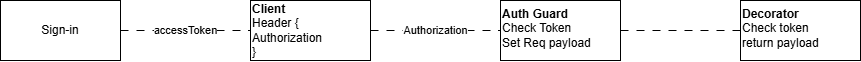
The draw.io diagram src/module/auth/auth-flow.drawio.png in dieglevel/initial-project-example, before a commit. Source tidied: cells renumbered, new cells last; positions are measured from the earlier drawing's top-left corner, leaving out a move shared by most shapes.
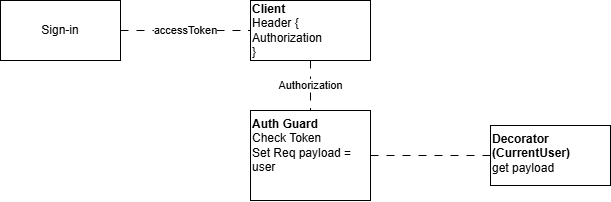
Above is the later version.

Change to the diagram source:
```diff
@@ -8,8 +8,8 @@
     <mxCell id="3" value="Sign-in" style="rounded=0;whiteSpace=wrap;html=1;" parent="1" vertex="1">
       <mxGeometry width="120" height="60" as="geometry" />
     </mxCell>
-    <mxCell id="4" value="&lt;b&gt;Decorator&lt;/b&gt;&lt;div&gt;Check token&lt;/div&gt;&lt;div&gt;return payload&lt;/div&gt;" style="rounded=0;whiteSpace=wrap;html=1;align=left;verticalAlign=top;" parent="1" vertex="1">
-      <mxGeometry x="740" width="120" height="60" as="geometry" />
+    <mxCell id="4" value="&lt;b&gt;Decorator (CurrentUser)&lt;/b&gt;&lt;div&gt;get payload&lt;/div&gt;" style="rounded=0;whiteSpace=wrap;html=1;align=left;verticalAlign=top;" parent="1" vertex="1">
+      <mxGeometry x="490" y="125" width="120" height="60" as="geometry" />
     </mxCell>
     <mxCell id="5" style="endArrow=none;html=1;flowAnimation=1;endFill=0;" parent="1" edge="1" source="3" target="2">
       <mxGeometry relative="1" as="geometry" />
@@ -20,8 +20,8 @@
     <mxCell id="7" style="endArrow=none;html=1;flowAnimation=1;endFill=0;" parent="1" edge="1" source="8" target="4">
       <mxGeometry relative="1" as="geometry" />
     </mxCell>
-    <mxCell id="8" value="&lt;b&gt;Auth Guard&lt;/b&gt;&lt;div&gt;Check Token&lt;/div&gt;&lt;div&gt;Set Req payload&lt;/div&gt;" style="rounded=0;whiteSpace=wrap;html=1;align=left;verticalAlign=top;" parent="1" vertex="1">
-      <mxGeometry x="500" width="120" height="60" as="geometry" />
+    <mxCell id="8" value="&lt;b&gt;Auth Guard&lt;/b&gt;&lt;div&gt;Check Token&lt;/div&gt;&lt;div&gt;Set Req payload = user&lt;/div&gt;" style="rounded=0;whiteSpace=wrap;html=1;align=left;verticalAlign=top;" parent="1" vertex="1">
+      <mxGeometry x="250" y="110" width="120" height="90" as="geometry" />
     </mxCell>
     <mxCell id="9" style="endArrow=none;html=1;flowAnimation=1;endFill=0;" parent="1" edge="1" source="2" target="8">
       <mxGeometry relative="1" as="geometry" />
```
